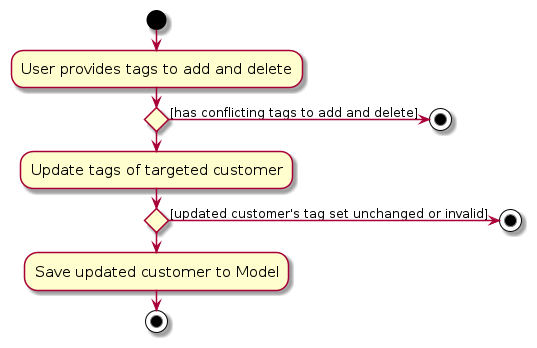
The PlantUML diagram diagrams/tag-feature/ExecuteActivityDiagram.png in yucongkoo/tp, before a commit. Its source is kept beside it as diagrams/tag-feature/ExecuteActivityDiagram.puml. Its diagram source:
```plantuml
@startuml
skin rose
skinparam ActivityFontSize 15
skinparam ArrowFontSize 12
start
:User provides tags to add and delete;

if () then
    :Update tags of targeted customer;
    if () then
    :Save updated customer to Model;
    else ([updated customer's tag set unchanged or invalid])
        stop
    endif
    stop
else ([has conflicting tags to add and delete])
    stop
endif
@enduml
```
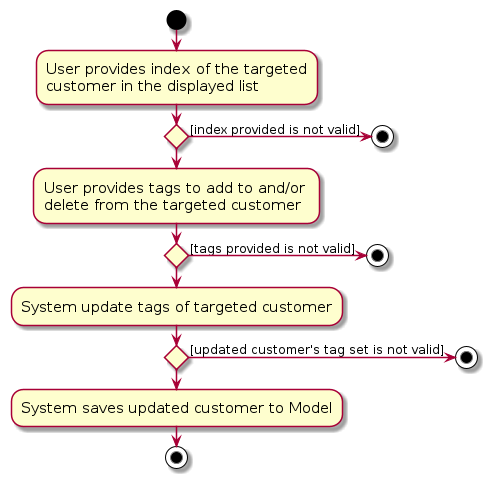
Later version of the same file.

Diff of the diagram source:
```diff
@@ -3,17 +3,25 @@
 skinparam ActivityFontSize 15
 skinparam ArrowFontSize 12
 start
-:User provides tags to add and delete;
+:User provides index of the targeted
+customer in the displayed list;
 
 if () then
-    :Update tags of targeted customer;
+    :User provides tags to add to and/or \ndelete from the targeted customer;
+
     if () then
-    :Save updated customer to Model;
-    else ([updated customer's tag set unchanged or invalid])
+        :System update tags of targeted customer;
+        if () then
+        :System saves updated customer to Model;
+        else ([updated customer's tag set is not valid])
+            stop
+        endif
+        stop
+    else ([tags provided is not valid])
         stop
     endif
-    stop
-else ([has conflicting tags to add and delete])
+else ([index provided is not valid])
     stop
 endif
+
 @enduml
```
